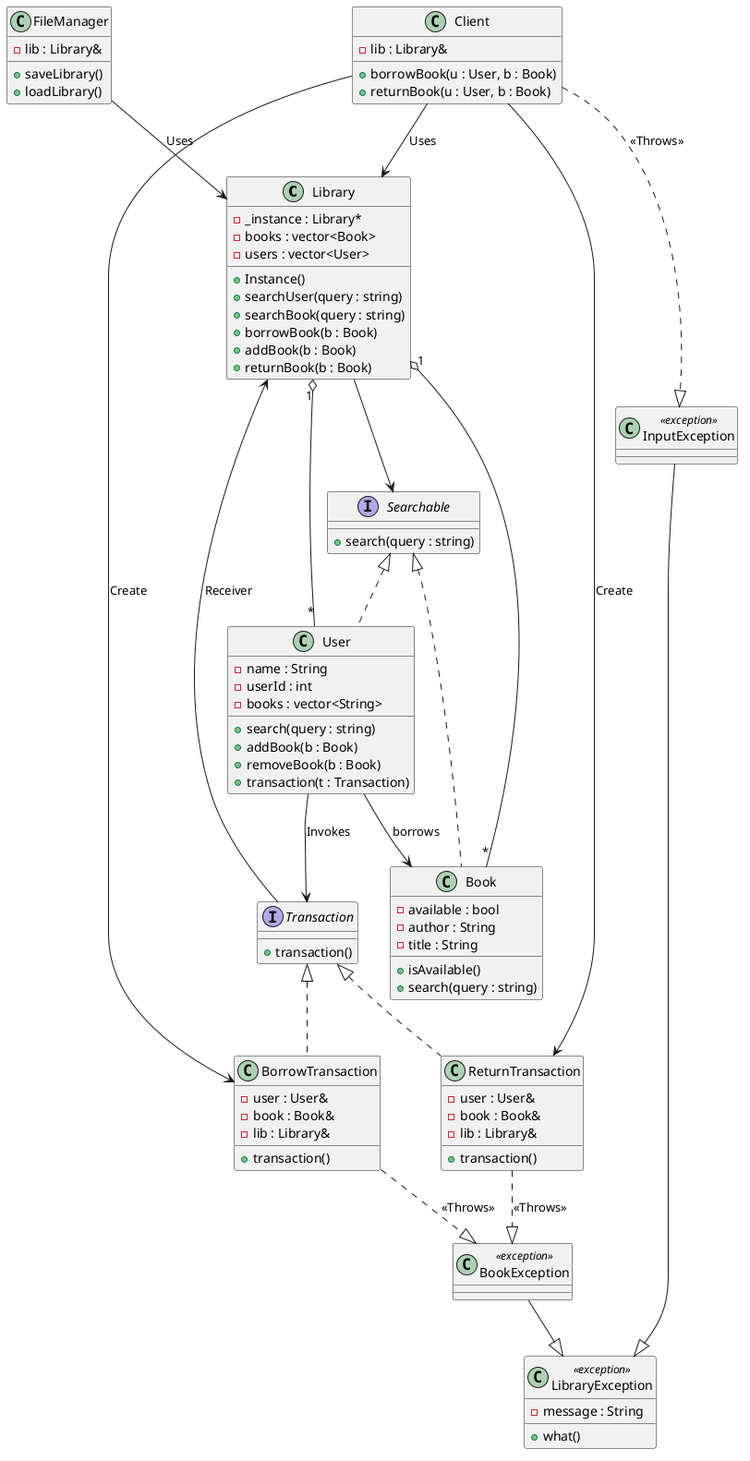
Earlier version of the PlantUML export library.png (Vincent-Pierce/Adaptive-Library-Management-System).
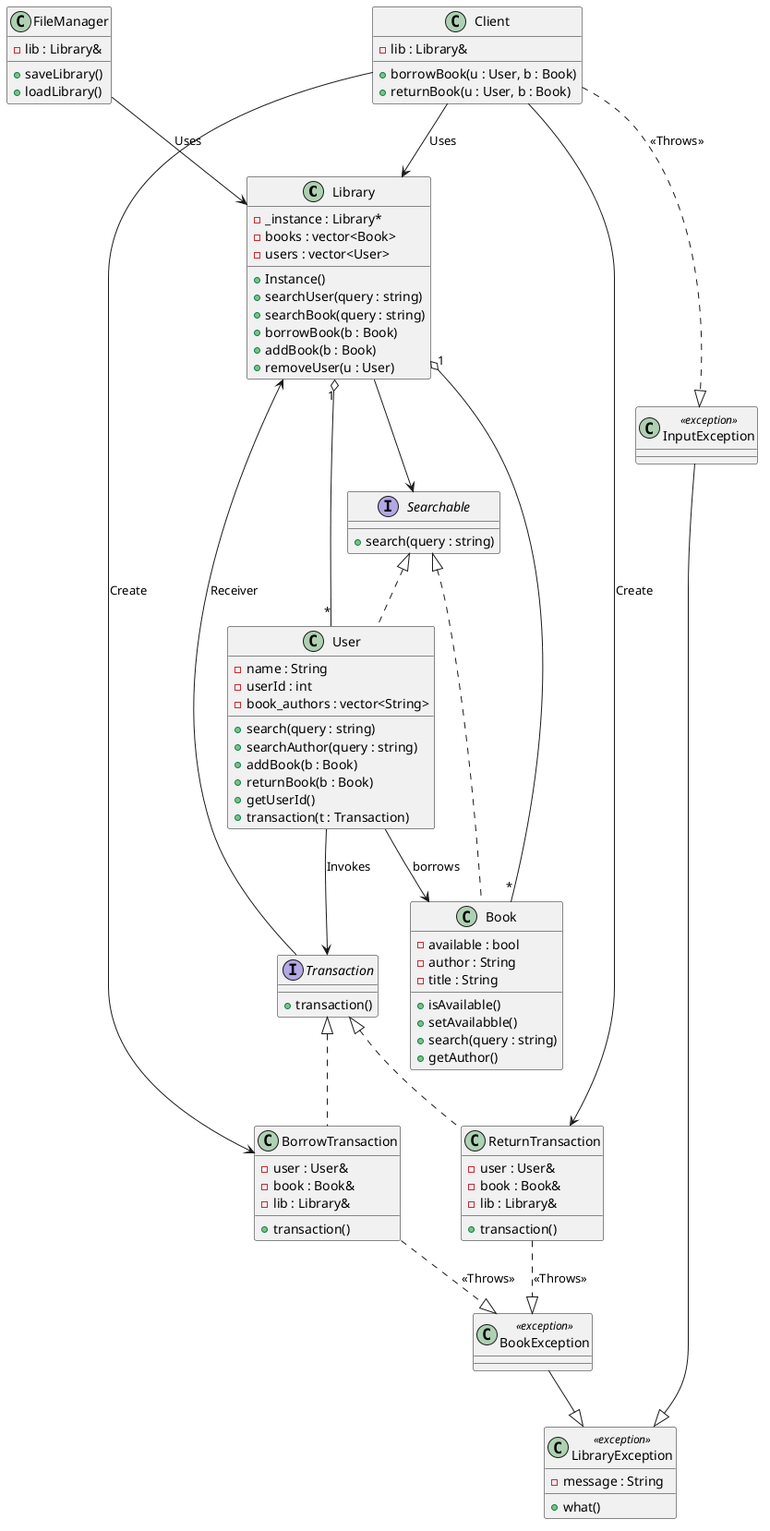
Above is the later version.

Change to the diagram source:
```diff
@@ -10,7 +10,7 @@
     + searchBook(query : string)
     + borrowBook(b : Book)
     + addBook(b : Book)
-    + returnBook(b : Book)
+    + removeUser(u : User)
 }
 
 interface Searchable {
@@ -24,17 +24,21 @@
     - title : String
 
     + isAvailable()
+    + setAvailabble()
     + search(query : string)
+    + getAuthor()
 }
 
 class User {
     - name : String
     - userId : int
-    - books : vector<String>
+    - book_authors : vector<String>
 
     + search(query : string)
+    + searchAuthor(query : string)
     + addBook(b : Book)
-    + removeBook(b : Book)
+    + returnBook(b : Book)
+    + getUserId()
     + transaction(t : Transaction)
 }
 
```
